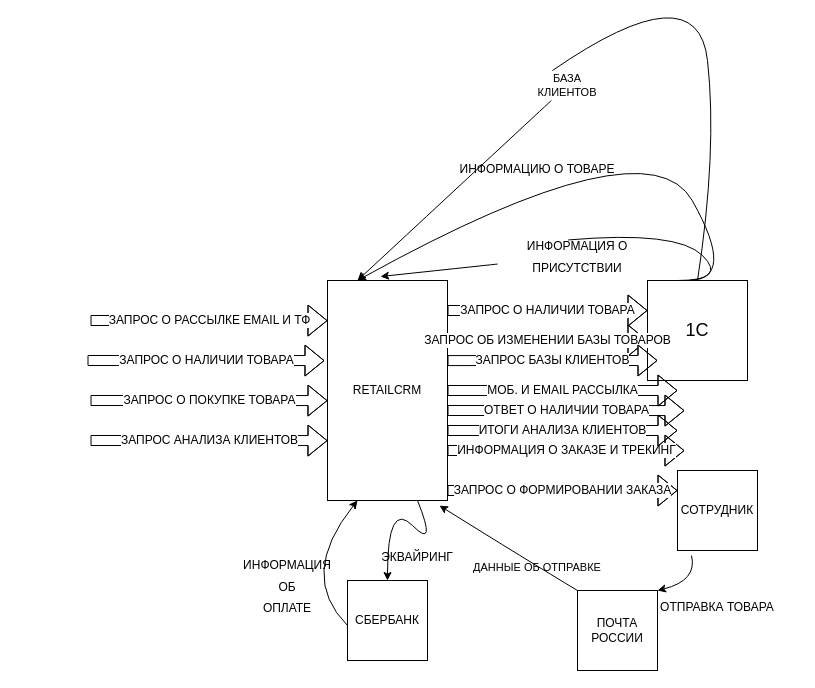
Before: Диаграмма без названия.drawio in xefheh/diag, a draw.io diagram. Source tidied: cells renumbered, new cells numbered last; positions are measured from the earlier drawing's top-left corner, leaving out a move shared by most shapes. Both pictures are drawn from the tidied source at 100%, with x=0, y=0 at pixel (87, -30).
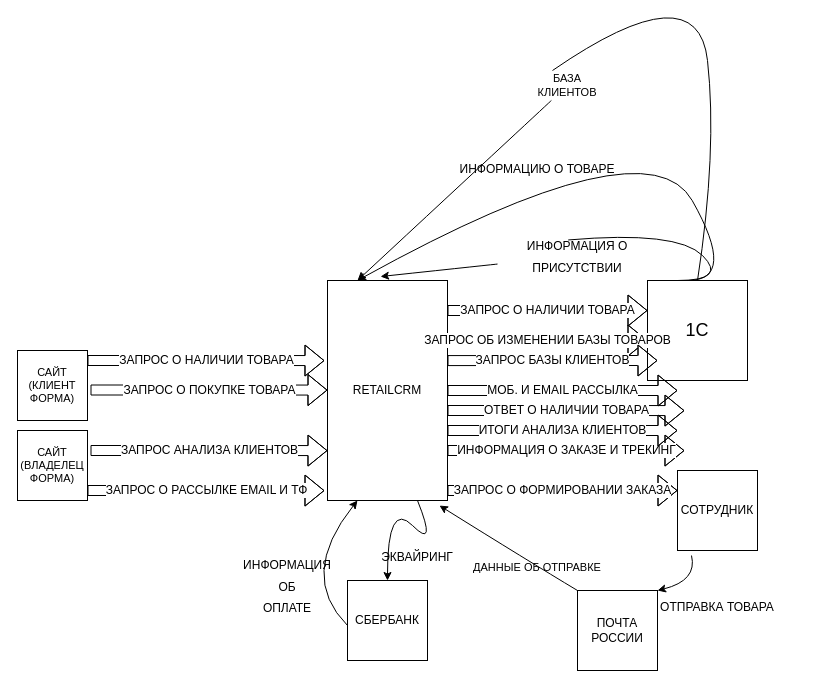
After the change.

What changed in the source:
```diff
@@
     <mxCell id="9" value="&lt;font style=&quot;font-size: 12px;&quot;&gt;ЗАПРОС О ПОКУПКЕ ТОВАРА&lt;/font&gt;" style="shape=flexArrow;endArrow=classic;html=1;rounded=0;entryX=-0.025;entryY=0.364;entryDx=0;entryDy=0;entryPerimeter=0;" parent="1" edge="1">
       <mxGeometry relative="1" as="geometry">
-        <mxPoint x="3" y="430" as="sourcePoint" />
-        <mxPoint x="240" y="430.1" as="targetPoint" />
+        <mxPoint x="3" y="419.5" as="sourcePoint" />
+        <mxPoint x="240" y="419.6" as="targetPoint" />
         <Array as="points">
-          <mxPoint x="183" y="430" />
+          <mxPoint x="183" y="419.5" />
         </Array>
       </mxGeometry>
     </mxCell>
@@
     <mxCell id="23" value="&lt;font style=&quot;font-size: 12px;&quot;&gt;ЗАПРОС АНАЛИЗА КЛИЕНТОВ&lt;/font&gt;" style="shape=flexArrow;endArrow=classic;html=1;rounded=0;entryX=-0.025;entryY=0.364;entryDx=0;entryDy=0;entryPerimeter=0;" parent="1" edge="1">
       <mxGeometry relative="1" as="geometry">
-        <mxPoint x="3" y="470" as="sourcePoint" />
-        <mxPoint x="240" y="470.1" as="targetPoint" />
+        <mxPoint x="3" y="480" as="sourcePoint" />
+        <mxPoint x="240" y="480.1" as="targetPoint" />
         <Array as="points">
-          <mxPoint x="183" y="470" />
+          <mxPoint x="183" y="480" />
         </Array>
       </mxGeometry>
     </mxCell>
@@
     <mxCell id="35" value="&lt;font style=&quot;font-size: 12px;&quot;&gt;ЗАПРОС О РАССЫЛКЕ EMAIL И ТФ&lt;/font&gt;" style="shape=flexArrow;endArrow=classic;html=1;rounded=0;entryX=-0.025;entryY=0.364;entryDx=0;entryDy=0;entryPerimeter=0;" parent="1" edge="1">
       <mxGeometry relative="1" as="geometry">
-        <mxPoint x="3" y="350" as="sourcePoint" />
-        <mxPoint x="240" y="350.1" as="targetPoint" />
+        <mxPoint y="520" as="sourcePoint" />
+        <mxPoint x="237" y="520.1" as="targetPoint" />
         <Array as="points">
-          <mxPoint x="183" y="350" />
+          <mxPoint x="180" y="520" />
         </Array>
       </mxGeometry>
     </mxCell>
@@
+    <mxCell id="37" value="САЙТ&lt;br&gt;(КЛИЕНТ&lt;br&gt;ФОРМА)" style="rounded=0;whiteSpace=wrap;html=1;fontSize=11;" parent="1" vertex="1">
+      <mxGeometry x="-70" y="380" width="70" height="70" as="geometry" />
+    </mxCell>
+    <mxCell id="38" value="САЙТ&lt;br&gt;(ВЛАДЕЛЕЦ&lt;br&gt;ФОРМА)" style="rounded=0;whiteSpace=wrap;html=1;fontSize=11;" parent="1" vertex="1">
+      <mxGeometry x="-70" y="460" width="70" height="70" as="geometry" />
+    </mxCell>
```
